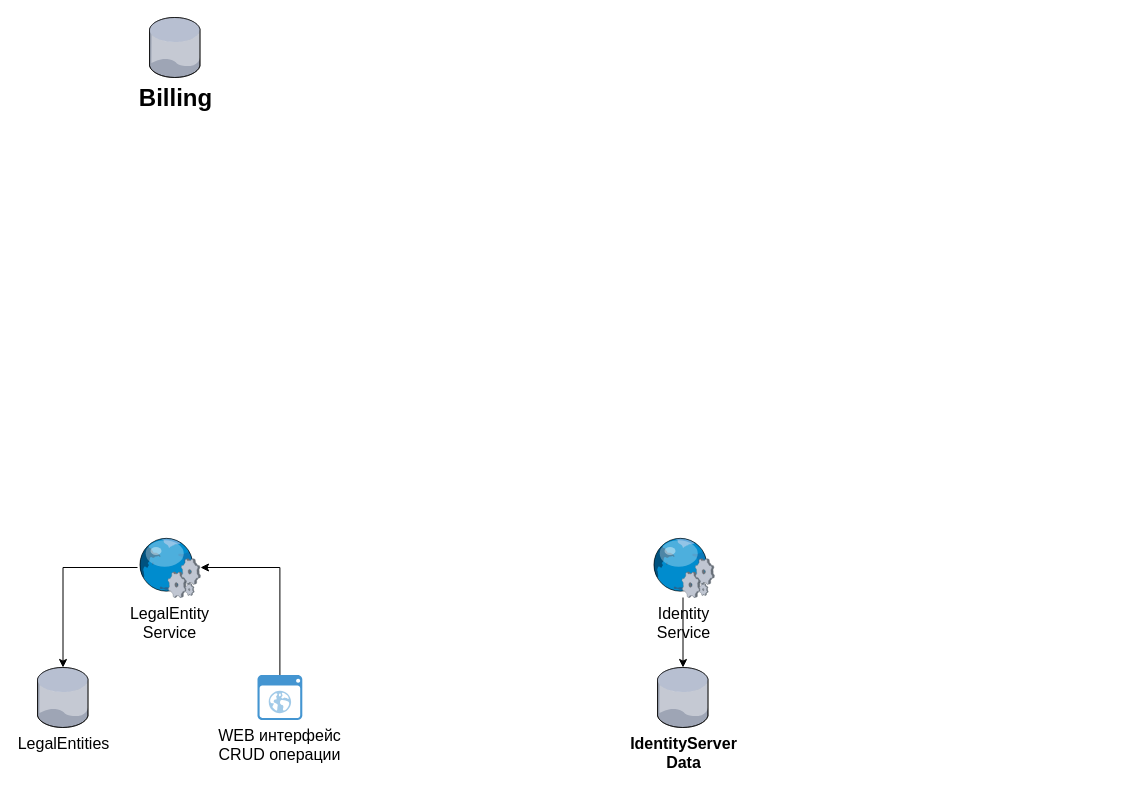
The draw.io diagram Ibzkh.LegalEntites.drawio in aaf1974/ProjectDiagram, before the edit. Source tidied: cells renumbered, new cells numbered last; positions are measured from the earlier drawing's top-left corner, leaving out a move shared by most shapes. Both pictures are drawn from the tidied source at 100%, with x=0, y=0 at pixel (37, 17).
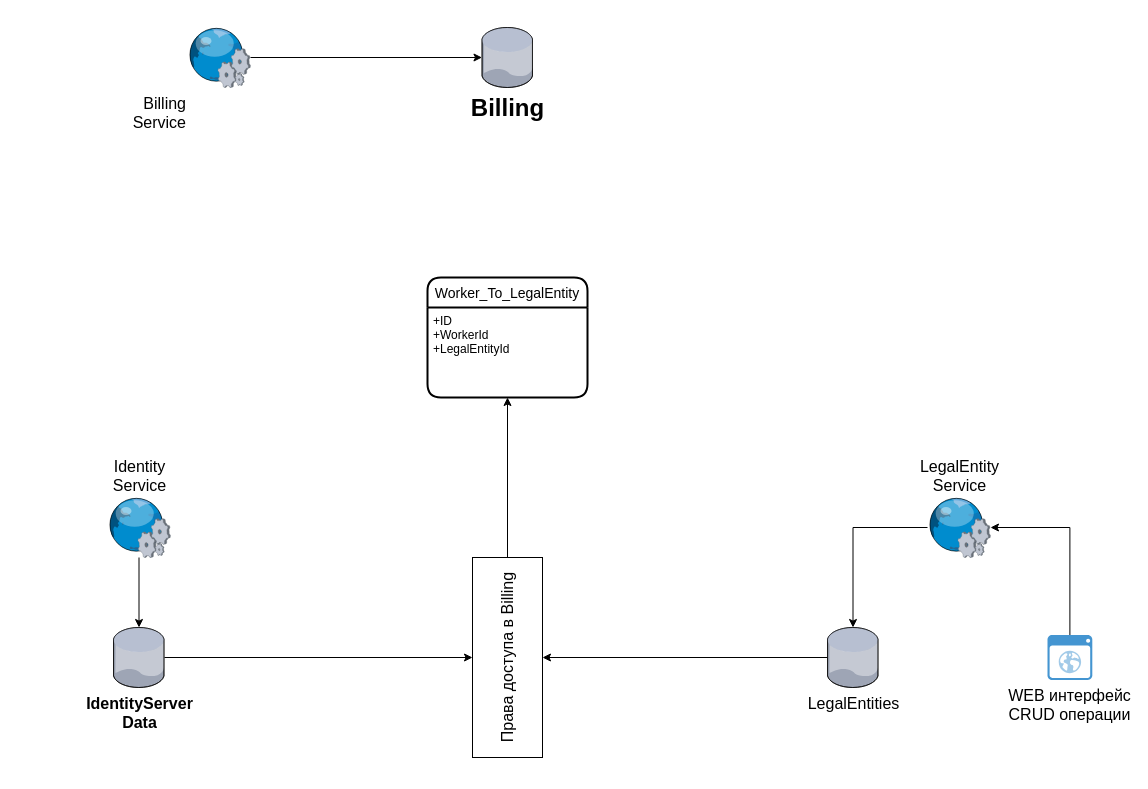
The same page after the edit.

Diff of the diagram source:
```diff
@@
     <mxCell id="2" value="Billing" style="verticalLabelPosition=bottom;html=1;verticalAlign=top;strokeColor=none;align=center;outlineConnect=0;shape=mxgraph.citrix.database;fontSize=24;labelPosition=center;fontStyle=1;" parent="1" vertex="1">
-      <mxGeometry x="112" width="51" height="60" as="geometry" />
+      <mxGeometry x="444.5" y="10" width="51" height="60" as="geometry" />
     </mxCell>
+    <mxCell id="11" style="edgeStyle=orthogonalEdgeStyle;rounded=0;jettySize=auto;html=1;entryX=1;entryY=0.5;entryDx=0;entryDy=0;fontSize=16;" parent="1" edge="1" source="3" target="16">
+      <mxGeometry relative="1" as="geometry" />
+    </mxCell>
     <mxCell id="3" value="LegalEntities" style="verticalLabelPosition=bottom;html=1;verticalAlign=top;strokeColor=none;align=center;outlineConnect=0;shape=mxgraph.citrix.database;fontSize=16;labelPosition=center;fontStyle=0;" parent="1" vertex="1">
-      <mxGeometry y="650" width="51" height="60" as="geometry" />
+      <mxGeometry x="790" y="610" width="51" height="60" as="geometry" />
     </mxCell>
@@
-    <mxCell id="5" value="LegalEntity&lt;br style=&quot;font-size: 16px;&quot;&gt;Service" style="verticalLabelPosition=bottom;html=1;verticalAlign=top;strokeColor=none;align=center;outlineConnect=0;shape=mxgraph.citrix.web_service;fontSize=16;labelPosition=center;" parent="1" vertex="1">
-      <mxGeometry x="100" y="520" width="63" height="60" as="geometry" />
+    <mxCell id="5" value="LegalEntity&lt;br style=&quot;font-size: 16px;&quot;&gt;Service" style="verticalLabelPosition=top;html=1;verticalAlign=bottom;strokeColor=none;align=center;outlineConnect=0;shape=mxgraph.citrix.web_service;fontSize=16;labelPosition=center;" parent="1" vertex="1">
+      <mxGeometry x="890" y="480" width="63" height="60" as="geometry" />
     </mxCell>
     <mxCell id="6" style="edgeStyle=orthogonalEdgeStyle;rounded=0;jettySize=auto;html=1;fontSize=16;" parent="1" edge="1" source="7" target="5">
       <mxGeometry relative="1" as="geometry">
         <Array as="points">
-          <mxPoint x="242" y="550" />
+          <mxPoint x="1032" y="510" />
         </Array>
       </mxGeometry>
     </mxCell>
     <mxCell id="7" value="WEB интерфейс&lt;br style=&quot;font-size: 16px;&quot;&gt;CRUD операции" style="shadow=0;dashed=0;html=1;strokeColor=none;fillColor=#4495D1;labelPosition=center;verticalLabelPosition=bottom;verticalAlign=top;align=center;outlineConnect=0;shape=mxgraph.veeam.2d.web_ui;fontSize=16;" parent="1" vertex="1">
-      <mxGeometry x="220" y="657.6" width="44.8" height="44.8" as="geometry" />
+      <mxGeometry x="1010" y="617.6" width="44.8" height="44.8" as="geometry" />
     </mxCell>
@@
-    <mxCell id="9" value="Identity&lt;br&gt;Service" style="verticalLabelPosition=bottom;html=1;verticalAlign=top;strokeColor=none;align=center;outlineConnect=0;shape=mxgraph.citrix.web_service;fontSize=16;labelPosition=center;" parent="1" vertex="1">
-      <mxGeometry x="614" y="520" width="63" height="60" as="geometry" />
+    <mxCell id="9" value="Identity&lt;br&gt;Service" style="verticalLabelPosition=top;html=1;verticalAlign=bottom;strokeColor=none;align=center;outlineConnect=0;shape=mxgraph.citrix.web_service;fontSize=16;labelPosition=center;" parent="1" vertex="1">
+      <mxGeometry x="70" y="480" width="63" height="60" as="geometry" />
     </mxCell>
+    <mxCell id="12" style="edgeStyle=orthogonalEdgeStyle;rounded=0;jettySize=auto;html=1;entryX=0;entryY=0.5;entryDx=0;entryDy=0;fontSize=16;" parent="1" edge="1" source="10" target="16">
+      <mxGeometry relative="1" as="geometry" />
+    </mxCell>
     <mxCell id="10" value="&lt;span style=&quot;font-weight: 700 ; text-align: left&quot;&gt;&lt;font style=&quot;font-size: 16px&quot;&gt;IdentityServer&lt;br&gt;Data&lt;/font&gt;&lt;/span&gt;" style="verticalLabelPosition=bottom;html=1;verticalAlign=top;strokeColor=none;align=center;outlineConnect=0;shape=mxgraph.citrix.database;fontSize=16;labelPosition=center;fontStyle=0;" parent="1" vertex="1">
-      <mxGeometry x="620" y="650" width="51" height="60" as="geometry" />
+      <mxGeometry x="76" y="610" width="51" height="60" as="geometry" />
     </mxCell>
+    <mxCell id="13" value="Worker_To_LegalEntity" style="swimlane;horizontal=1;startSize=30;rounded=1;fontSize=14;fontStyle=0;strokeWidth=2;shadow=0;dashed=0;align=center;" parent="1" vertex="1">
+      <mxGeometry x="390" y="260" width="160" height="120" as="geometry" />
+    </mxCell>
+    <mxCell id="14" value="+ID&#10;+WorkerId&#10;+LegalEntityId" style="align=left;strokeColor=none;fillColor=none;spacingLeft=4;fontSize=12;verticalAlign=top;" parent="13" vertex="1">
+      <mxGeometry y="30" width="160" height="90" as="geometry" />
+    </mxCell>
+    <mxCell id="15" style="edgeStyle=orthogonalEdgeStyle;rounded=0;jettySize=auto;html=1;fontSize=16;" parent="1" edge="1" source="16" target="14">
+      <mxGeometry relative="1" as="geometry" />
+    </mxCell>
+    <mxCell id="16" value="Права доступа в Billing" style="rounded=0;whiteSpace=wrap;html=1;fontSize=16;horizontal=0;" parent="1" vertex="1">
+      <mxGeometry x="435" y="540" width="70" height="200" as="geometry" />
+    </mxCell>
+    <mxCell id="17" style="edgeStyle=orthogonalEdgeStyle;rounded=0;jettySize=auto;html=1;fontSize=16;" parent="1" edge="1" source="18" target="2">
+      <mxGeometry relative="1" as="geometry" />
+    </mxCell>
+    <mxCell id="18" value="&lt;font style=&quot;font-size: 16px&quot;&gt;Billing&lt;br style=&quot;font-size: 16px;&quot;&gt;Service&lt;/font&gt;" style="verticalLabelPosition=bottom;html=1;verticalAlign=top;strokeColor=none;align=right;outlineConnect=0;shape=mxgraph.citrix.web_service;fontSize=16;labelPosition=left;" parent="1" vertex="1">
+      <mxGeometry x="150" y="10" width="63" height="60" as="geometry" />
+    </mxCell>
```
